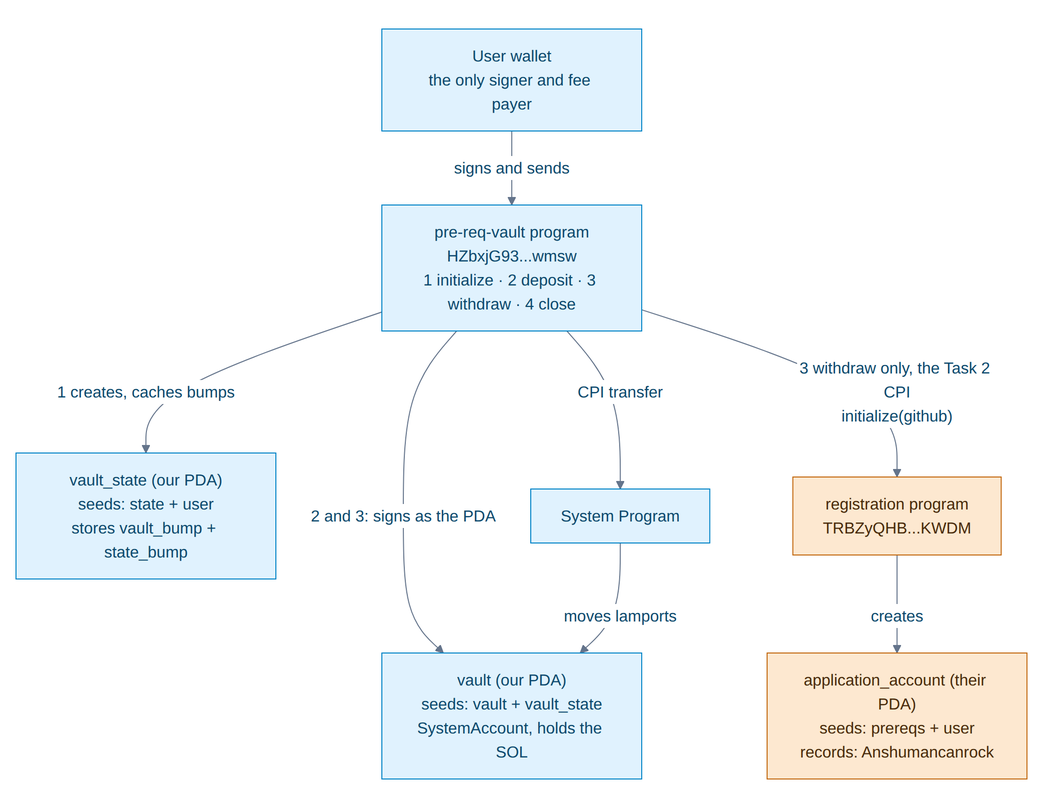
Above: docs/diagram.png in Anshumancanrock/Turbin3 (Mermaid), before the change. Its source is kept beside it as docs/diagram.mmd.
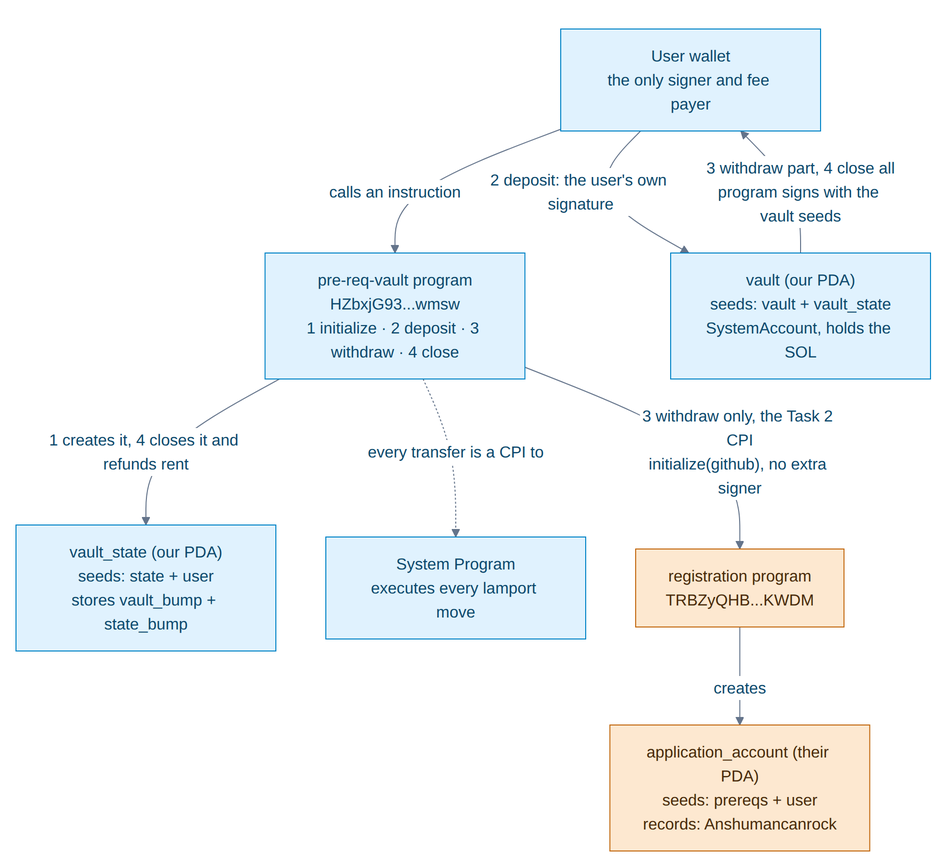
After the change.

Commit message:
Correct the signing authority shown for each instruction

The diagram claimed deposit signs as the PDA. It does not: deposit uses
CpiContext::new and spends from the user's own wallet, so the user's signature
is the authority. Only withdraw and close use new_with_signer.

close had no arrow at all despite being listed, and lamports were only drawn
flowing into the vault, never out. Both are now shown, and the registration
CPI is marked as taking no extra signer.

Diff of the diagram source:
```diff
@@ -6,16 +6,16 @@
     P["pre-req-vault program<br/>HZbxjG93...wmsw<br/>1 initialize · 2 deposit · 3 withdraw · 4 close"]
     VS["vault_state (our PDA)<br/>seeds: state + user<br/>stores vault_bump + state_bump"]
     V["vault (our PDA)<br/>seeds: vault + vault_state<br/>SystemAccount, holds the SOL"]
-    SP["System Program"]
+    SP["System Program<br/>executes every lamport move"]
     REG["registration program<br/>TRBZyQHB...KWDM"]
     APP["application_account (their PDA)<br/>seeds: prereqs + user<br/>records: Anshumancanrock"]
 
-    U -->|signs and sends| P
-    P -->|"1 creates, caches bumps"| VS
-    P -->|"2 and 3: signs as the PDA"| V
-    P -->|CPI transfer| SP
-    SP -->|moves lamports| V
-    P -->|"3 withdraw only, the Task 2 CPI<br/>initialize(github)"| REG
+    U -->|calls an instruction| P
+    P -->|"1 creates it, 4 closes it and refunds rent"| VS
+    U -->|"2 deposit: the user's own signature"| V
+    V -->|"3 withdraw part, 4 close all<br/>program signs with the vault seeds"| U
+    P -.->|"every transfer is a CPI to"| SP
+    P -->|"3 withdraw only, the Task 2 CPI<br/>initialize(github), no extra signer"| REG
     REG -->|creates| APP
 
     classDef ext fill:#fde8d0,stroke:#c2680f,color:#4a2c0a
```
